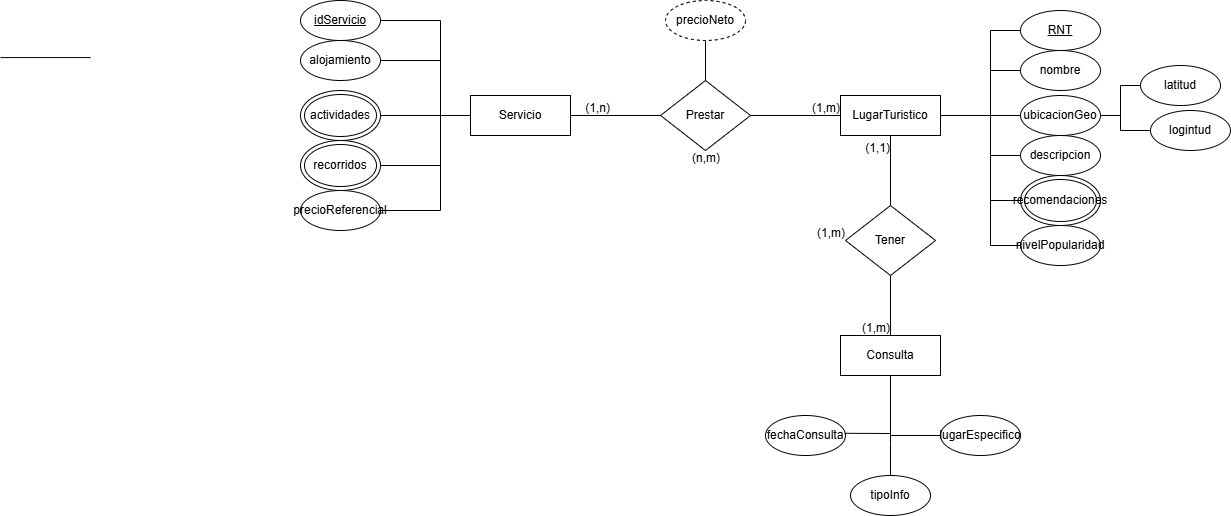
This is Documentos/eR.png from migueCOLORADO/SecretariaTurismoBD, a draw.io export, as it was before one commit. Source tidied: cells renumbered, new cells last; positions are measured from the earlier drawing's top-left corner, leaving out a move shared by most shapes.
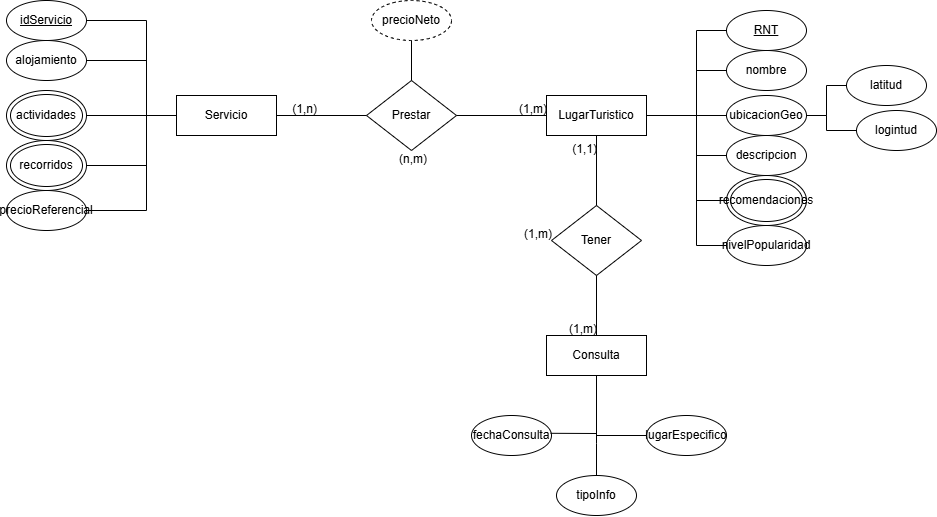
The same diagram one commit later.

Commit message:
V.2.2 | Actualización de archivos

Change to the diagram source:
```diff
@@ -17,12 +17,6 @@
     <mxCell id="6" value="Tener" style="shape=rhombus;perimeter=rhombusPerimeter;whiteSpace=wrap;html=1;align=center;" parent="1" vertex="1">
       <mxGeometry x="845" y="205" width="90" height="70" as="geometry" />
     </mxCell>
-    <mxCell id="7" style="endArrow=none;html=1;rounded=0;entryX=1;entryY=0.5;entryDx=0;entryDy=0;exitX=0;exitY=0.5;exitDx=0;exitDy=0;" parent="1" edge="1">
-      <mxGeometry relative="1" as="geometry">
-        <mxPoint x="90" y="57.1" as="sourcePoint" />
-        <mxPoint y="57.1" as="targetPoint" />
-      </mxGeometry>
-    </mxCell>
     <mxCell id="8" style="endArrow=none;html=1;rounded=0;entryX=1;entryY=0.5;entryDx=0;entryDy=0;exitX=0;exitY=0.5;exitDx=0;exitDy=0;" parent="1" edge="1" source="4" target="5">
       <mxGeometry relative="1" as="geometry" />
     </mxCell>
```
